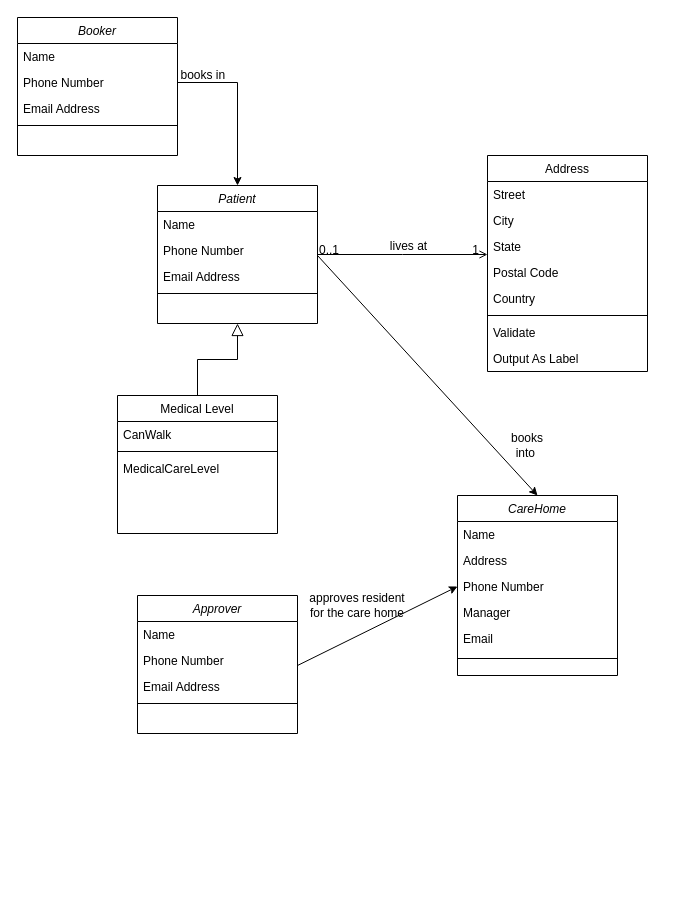
This is CareHomeClassDiagram.drawio from mattwatts36/drawings, a draw.io file, before an edit. Source tidied: cells renumbered, new cells numbered last; positions are measured from the earlier drawing's top-left corner, leaving out a move shared by most shapes. Both pictures are drawn from the tidied source at 100%, with x=0, y=0 at pixel (17, 17).
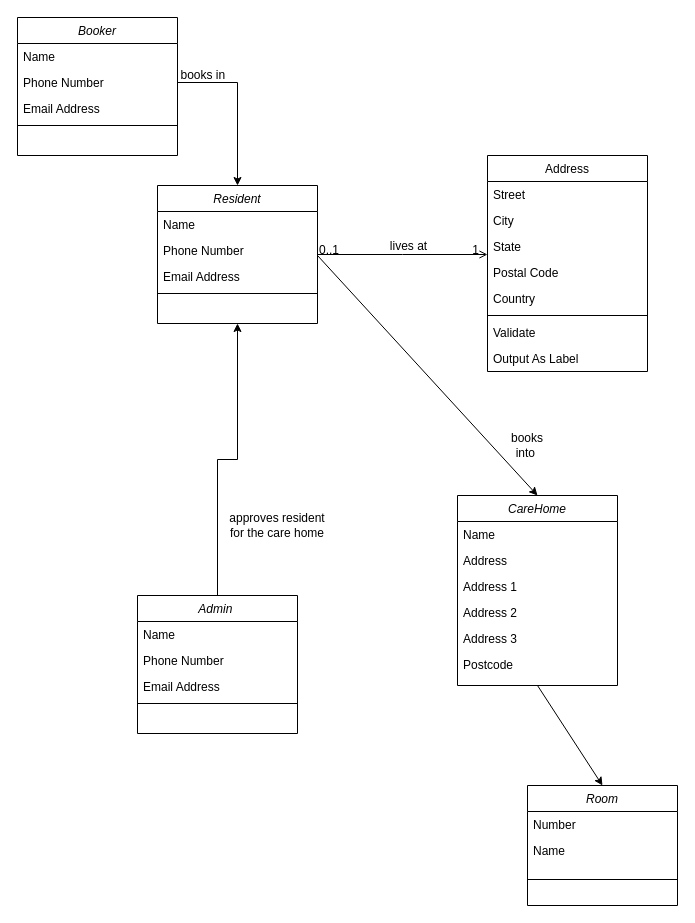
After the change.

Commit message:
Added room entity

What changed in the source:
```diff
@@
-    <mxCell id="2" value="Patient" style="swimlane;fontStyle=2;align=center;verticalAlign=top;horizontal=1;startSize=26;rounded=0;shadow=0;strokeWidth=1;" parent="1" vertex="1">
+    <mxCell id="2" value="Resident" style="swimlane;fontStyle=2;align=center;verticalAlign=top;horizontal=1;startSize=26;rounded=0;shadow=0;strokeWidth=1;" parent="1" vertex="1">
       <mxGeometry x="140" y="168" width="160" height="138" as="geometry" />
     </mxCell>
@@
-    <mxCell id="7" value="Medical Level" style="swimlane;fontStyle=0;align=center;verticalAlign=top;horizontal=1;startSize=26;rounded=0;shadow=0;strokeWidth=1;" parent="1" vertex="1">
-      <mxGeometry x="100" y="378" width="160" height="138" as="geometry" />
-    </mxCell>
-    <mxCell id="8" value="CanWalk" style="text;align=left;verticalAlign=top;spacingLeft=4;spacingRight=4;overflow=hidden;" parent="7" vertex="1">
-      <mxGeometry y="26" width="160" height="26" as="geometry" />
-    </mxCell>
-    <mxCell id="9" style="line;html=1;strokeWidth=1;align=left;verticalAlign=middle;spacingTop=-1;spacingLeft=3;spacingRight=3;labelPosition=right;" parent="7" vertex="1">
-      <mxGeometry y="52" width="160" height="8" as="geometry" />
-    </mxCell>
-    <mxCell id="10" value="MedicalCareLevel" style="text;align=left;verticalAlign=top;spacingLeft=4;spacingRight=4;overflow=hidden;rounded=0;shadow=0;html=0;" parent="7" vertex="1">
-      <mxGeometry y="60" width="160" height="26" as="geometry" />
-    </mxCell>
-    <mxCell id="11" style="endArrow=block;endSize=10;endFill=0;shadow=0;strokeWidth=1;rounded=0;edgeStyle=elbowEdgeStyle;elbow=vertical;" parent="1" edge="1" source="7" target="2">
-      <mxGeometry relative="1" as="geometry" />
-    </mxCell>
@@
-    <mxCell id="25" value="Approver" style="swimlane;fontStyle=2;align=center;verticalAlign=top;horizontal=1;startSize=26;rounded=0;shadow=0;strokeWidth=1;" parent="1" vertex="1">
+    <mxCell id="25" value="Admin " style="swimlane;fontStyle=2;align=center;verticalAlign=top;horizontal=1;startSize=26;rounded=0;shadow=0;strokeWidth=1;" parent="1" vertex="1">
       <mxGeometry x="120" y="578" width="160" height="138" as="geometry" />
     </mxCell>
@@
     <mxCell id="37" value="CareHome" style="swimlane;fontStyle=2;align=center;verticalAlign=top;horizontal=1;startSize=26;rounded=0;shadow=0;strokeWidth=1;" parent="1" vertex="1">
-      <mxGeometry x="440" y="478" width="160" height="180" as="geometry" />
+      <mxGeometry x="440" y="478" width="160" height="190" as="geometry" />
     </mxCell>
@@
-    <mxCell id="40" value="Phone Number" style="text;align=left;verticalAlign=top;spacingLeft=4;spacingRight=4;overflow=hidden;points=[[0,0.5],[1,0.5]];portConstraint=eastwest;" parent="37" vertex="1">
-      <mxGeometry y="78" width="160" height="26" as="geometry" />
-    </mxCell>
-    <mxCell id="41" value="Manager" style="text;align=left;verticalAlign=top;spacingLeft=4;spacingRight=4;overflow=hidden;" parent="37" vertex="1">
-      <mxGeometry y="104" width="160" height="26" as="geometry" />
-    </mxCell>
-    <mxCell id="42" value="Email " style="text;align=left;verticalAlign=top;spacingLeft=4;spacingRight=4;overflow=hidden;" parent="37" vertex="1">
-      <mxGeometry y="130" width="160" height="26" as="geometry" />
-    </mxCell>
-    <mxCell id="43" style="line;html=1;strokeWidth=1;align=left;verticalAlign=middle;spacingTop=-1;spacingLeft=3;spacingRight=3;labelPosition=right;" parent="37" vertex="1">
-      <mxGeometry y="156" width="160" height="14" as="geometry" />
-    </mxCell>
+    <mxCell id="48" value="Address 1" style="text;align=left;verticalAlign=top;spacingLeft=4;spacingRight=4;overflow=hidden;" parent="37" vertex="1">
+      <mxGeometry y="78" width="160" height="26" as="geometry" />
+    </mxCell>
+    <mxCell id="49" value="Address 2" style="text;align=left;verticalAlign=top;spacingLeft=4;spacingRight=4;overflow=hidden;" parent="37" vertex="1">
+      <mxGeometry y="104" width="160" height="26" as="geometry" />
+    </mxCell>
+    <mxCell id="50" value="Address 3" style="text;align=left;verticalAlign=top;spacingLeft=4;spacingRight=4;overflow=hidden;" parent="37" vertex="1">
+      <mxGeometry y="130" width="160" height="26" as="geometry" />
+    </mxCell>
+    <mxCell id="51" value="Postcode" style="text;align=left;verticalAlign=top;spacingLeft=4;spacingRight=4;overflow=hidden;" parent="37" vertex="1">
+      <mxGeometry y="156" width="160" height="26" as="geometry" />
+    </mxCell>
@@
-    <mxCell id="46" style="endArrow=classic;html=1;entryX=0;entryY=0.5;entryDx=0;entryDy=0;" parent="1" edge="1" target="40">
-      <mxGeometry relative="1" as="geometry">
-        <mxPoint x="280" y="648" as="sourcePoint" />
-      </mxGeometry>
-    </mxCell>
     <mxCell id="47" value="approves resident for the care home" style="text;html=1;strokeColor=none;fillColor=none;align=center;verticalAlign=middle;whiteSpace=wrap;rounded=0;" parent="1" vertex="1">
-      <mxGeometry x="290" y="578" width="100" height="20" as="geometry" />
+      <mxGeometry x="210" y="498" width="100" height="20" as="geometry" />
     </mxCell>
+    <mxCell id="52" style="edgeStyle=orthogonalEdgeStyle;rounded=0;jettySize=auto;html=1;exitX=0.5;exitY=0;exitDx=0;exitDy=0;entryX=0.5;entryY=1;entryDx=0;entryDy=0;" parent="1" edge="1" source="25" target="2">
+      <mxGeometry relative="1" as="geometry" />
+    </mxCell>
+    <mxCell id="53" value="Room" style="swimlane;fontStyle=2;align=center;verticalAlign=top;horizontal=1;startSize=26;rounded=0;shadow=0;strokeWidth=1;" parent="1" vertex="1">
+      <mxGeometry x="510" y="768" width="150" height="120" as="geometry" />
+    </mxCell>
+    <mxCell id="54" value="Number" style="text;align=left;verticalAlign=top;spacingLeft=4;spacingRight=4;overflow=hidden;" parent="53" vertex="1">
+      <mxGeometry y="26" width="150" height="26" as="geometry" />
+    </mxCell>
+    <mxCell id="55" value="Name" style="text;align=left;verticalAlign=top;spacingLeft=4;spacingRight=4;overflow=hidden;" parent="53" vertex="1">
+      <mxGeometry y="52" width="150" height="26" as="geometry" />
+    </mxCell>
+    <mxCell id="56" style="line;html=1;strokeWidth=1;align=left;verticalAlign=middle;spacingTop=-1;spacingLeft=3;spacingRight=3;labelPosition=right;" parent="53" vertex="1">
+      <mxGeometry y="78" width="150" height="32" as="geometry" />
+    </mxCell>
+    <mxCell id="57" style="endArrow=classic;html=1;entryX=0.5;entryY=0;entryDx=0;entryDy=0;" parent="1" edge="1" target="53">
+      <mxGeometry relative="1" as="geometry">
+        <mxPoint x="520" y="668" as="sourcePoint" />
+      </mxGeometry>
+    </mxCell>
```
